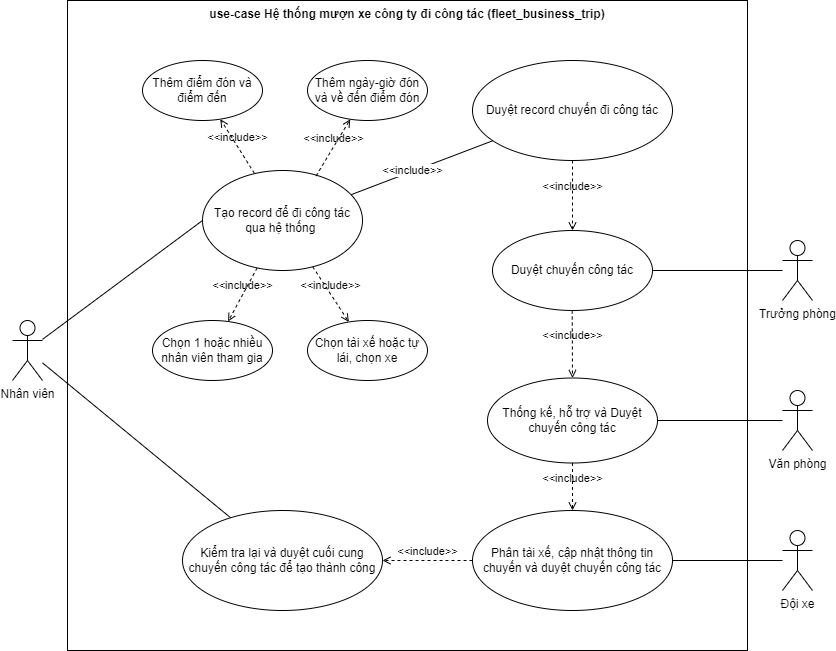
This is uml-diargrams/uml_use-case_fleet_business_trip.png from NgoHuuNghia/odoo15-digitalocean, a draw.io export, as it was before one commit. Source tidied: cells renumbered, new cells last; positions are measured from the earlier drawing's top-left corner, leaving out a move shared by most shapes.
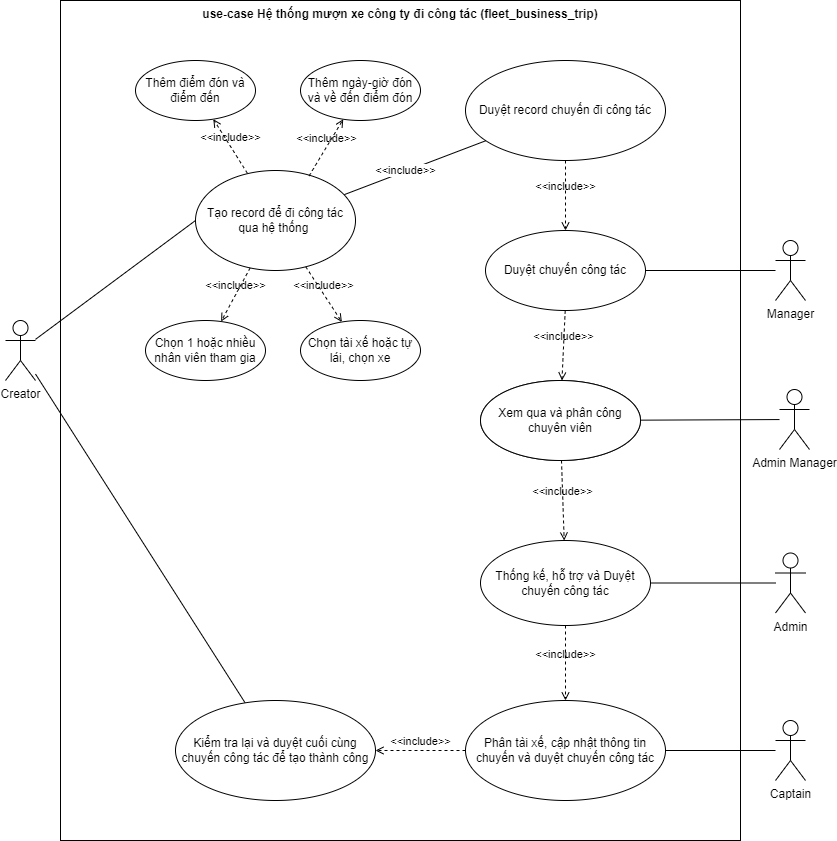
The same file after the commit.

Change to the diagram source:
```diff
@@ -3,7 +3,7 @@
     <mxCell id="0" />
     <mxCell id="1" parent="0" />
     <mxCell id="2" value="use-case Hệ thống mượn xe công ty đi công tác (fleet_business_trip)" style="shape=rect;html=1;verticalAlign=top;fontStyle=1;whiteSpace=wrap;align=center;" parent="1" vertex="1">
-      <mxGeometry x="55" width="680" height="650" as="geometry" />
+      <mxGeometry x="55" width="680" height="840" as="geometry" />
     </mxCell>
     <mxCell id="3" style="edgeStyle=none;html=1;entryX=0;entryY=0.5;entryDx=0;entryDy=0;fontFamily=Helvetica;fontSize=12;fontColor=default;endArrow=none;endFill=0;" parent="1" edge="1" source="5" target="8">
       <mxGeometry relative="1" as="geometry" />
@@ -11,7 +11,7 @@
     <mxCell id="4" style="edgeStyle=none;html=1;fontFamily=Helvetica;fontSize=12;fontColor=default;endArrow=none;endFill=0;" parent="1" edge="1" source="5" target="30">
       <mxGeometry relative="1" as="geometry" />
     </mxCell>
-    <mxCell id="5" value="Nhân viên" style="shape=umlActor;html=1;verticalLabelPosition=bottom;verticalAlign=top;align=center;" parent="1" vertex="1">
+    <mxCell id="5" value="Creator" style="shape=umlActor;html=1;verticalLabelPosition=bottom;verticalAlign=top;align=center;" parent="1" vertex="1">
       <mxGeometry y="320" width="30" height="60" as="geometry" />
     </mxCell>
     <mxCell id="6" style="edgeStyle=none;html=1;endArrow=none;endFill=0;" parent="1" edge="1" source="8" target="17">
@@ -55,7 +55,7 @@
     <mxCell id="18" style="edgeStyle=none;html=1;fontFamily=Helvetica;fontSize=12;fontColor=default;endArrow=none;endFill=0;" parent="1" edge="1" source="19" target="20">
       <mxGeometry relative="1" as="geometry" />
     </mxCell>
-    <mxCell id="19" value="Trưởng phòng&lt;br&gt;" style="shape=umlActor;html=1;verticalLabelPosition=bottom;verticalAlign=top;align=center;" parent="1" vertex="1">
+    <mxCell id="19" value="Manager" style="shape=umlActor;html=1;verticalLabelPosition=bottom;verticalAlign=top;align=center;" parent="1" vertex="1">
       <mxGeometry x="770" y="240" width="30" height="60" as="geometry" />
     </mxCell>
     <mxCell id="20" value="Duyệt chuyến công tác" style="ellipse;whiteSpace=wrap;html=1;verticalAlign=middle;" parent="1" vertex="1">
@@ -67,13 +67,13 @@
     <mxCell id="22" style="edgeStyle=none;html=1;fontFamily=Helvetica;fontSize=12;fontColor=default;endArrow=none;endFill=0;" parent="1" edge="1" source="23" target="24">
       <mxGeometry relative="1" as="geometry" />
     </mxCell>
-    <mxCell id="23" value="Văn phòng" style="shape=umlActor;html=1;verticalLabelPosition=bottom;verticalAlign=top;align=center;" parent="1" vertex="1">
-      <mxGeometry x="770" y="390" width="30" height="60" as="geometry" />
+    <mxCell id="23" value="Admin" style="shape=umlActor;html=1;verticalLabelPosition=bottom;verticalAlign=top;align=center;" parent="1" vertex="1">
+      <mxGeometry x="770" y="552.5" width="30" height="60" as="geometry" />
     </mxCell>
     <mxCell id="24" value="Thống kế, hỗ trợ và Duyệt chuyến công tác" style="ellipse;whiteSpace=wrap;html=1;verticalAlign=middle;" parent="1" vertex="1">
-      <mxGeometry x="475" y="377.5" width="170" height="85" as="geometry" />
+      <mxGeometry x="475" y="540" width="170" height="85" as="geometry" />
     </mxCell>
-    <mxCell id="25" value="&amp;lt;&amp;lt;include&amp;gt;&amp;gt;" style="edgeStyle=none;html=1;endArrow=open;verticalAlign=bottom;dashed=1;labelBackgroundColor=none;" parent="1" edge="1" target="24">
+    <mxCell id="25" value="&amp;lt;&amp;lt;include&amp;gt;&amp;gt;" style="edgeStyle=none;html=1;endArrow=open;verticalAlign=bottom;dashed=1;labelBackgroundColor=none;" parent="1" edge="1" target="32">
       <mxGeometry relative="1" as="geometry">
         <mxPoint x="559.7" y="310" as="sourcePoint" />
       </mxGeometry>
@@ -81,20 +81,35 @@
     <mxCell id="26" style="edgeStyle=none;html=1;fontFamily=Helvetica;fontSize=12;fontColor=default;endArrow=none;endFill=0;" parent="1" edge="1" source="27" target="28">
       <mxGeometry relative="1" as="geometry" />
     </mxCell>
-    <mxCell id="27" value="Đội xe" style="shape=umlActor;html=1;verticalLabelPosition=bottom;verticalAlign=top;align=center;" parent="1" vertex="1">
-      <mxGeometry x="770" y="530" width="30" height="60" as="geometry" />
+    <mxCell id="27" value="Captain" style="shape=umlActor;html=1;verticalLabelPosition=bottom;verticalAlign=top;align=center;" parent="1" vertex="1">
+      <mxGeometry x="770" y="720" width="30" height="60" as="geometry" />
     </mxCell>
     <mxCell id="28" value="Phân tài xế, cập nhật thông tin chuyến và duyệt chuyến công tác" style="ellipse;whiteSpace=wrap;html=1;verticalAlign=middle;" parent="1" vertex="1">
-      <mxGeometry x="460" y="510" width="200" height="100" as="geometry" />
+      <mxGeometry x="460" y="700" width="200" height="100" as="geometry" />
     </mxCell>
     <mxCell id="29" value="&amp;lt;&amp;lt;include&amp;gt;&amp;gt;" style="edgeStyle=none;html=1;endArrow=open;verticalAlign=bottom;dashed=1;labelBackgroundColor=none;" parent="1" edge="1" source="24" target="28">
       <mxGeometry relative="1" as="geometry" />
     </mxCell>
-    <mxCell id="30" value="Kiểm tra lại và duyệt cuối cung chuyến công tác để tạo thành công" style="ellipse;whiteSpace=wrap;html=1;verticalAlign=middle;" parent="1" vertex="1">
-      <mxGeometry x="170" y="510" width="200" height="100" as="geometry" />
+    <mxCell id="30" value="Kiểm tra lại và duyệt cuối cùng chuyến công tác để tạo thành công" style="ellipse;whiteSpace=wrap;html=1;verticalAlign=middle;" parent="1" vertex="1">
+      <mxGeometry x="170" y="700" width="200" height="100" as="geometry" />
     </mxCell>
     <mxCell id="31" value="&amp;lt;&amp;lt;include&amp;gt;&amp;gt;" style="edgeStyle=none;html=1;endArrow=open;verticalAlign=bottom;dashed=1;labelBackgroundColor=none;" parent="1" edge="1" source="28" target="30">
       <mxGeometry relative="1" as="geometry" />
     </mxCell>
+    <mxCell id="32" value="Xem qua và phân công chuyên viên" style="ellipse;whiteSpace=wrap;html=1;verticalAlign=middle;" parent="1" vertex="1">
+      <mxGeometry x="475" y="380" width="160" height="80" as="geometry" />
+    </mxCell>
+    <mxCell id="33" value="&amp;lt;&amp;lt;include&amp;gt;&amp;gt;" style="edgeStyle=none;html=1;endArrow=open;verticalAlign=bottom;dashed=1;labelBackgroundColor=none;" parent="1" edge="1" source="32" target="24">
+      <mxGeometry relative="1" as="geometry" />
+    </mxCell>
+    <mxCell id="34" style="edgeStyle=none;html=1;endArrow=none;endFill=0;" parent="1" edge="1" source="35" target="32">
+      <mxGeometry relative="1" as="geometry" />
+    </mxCell>
+    <mxCell id="35" value="Admin Manager" style="shape=umlActor;html=1;verticalLabelPosition=bottom;verticalAlign=top;align=center;" parent="1" vertex="1">
+      <mxGeometry x="774" y="389" width="30" height="60" as="geometry" />
+    </mxCell>
+    <mxCell id="36" value="Xem qua và phân công chuyên viên" style="ellipse;whiteSpace=wrap;html=1;verticalAlign=middle;" parent="1" vertex="1">
+      <mxGeometry x="475" y="380" width="160" height="80" as="geometry" />
+    </mxCell>
   </root>
 </mxGraphModel>
```
